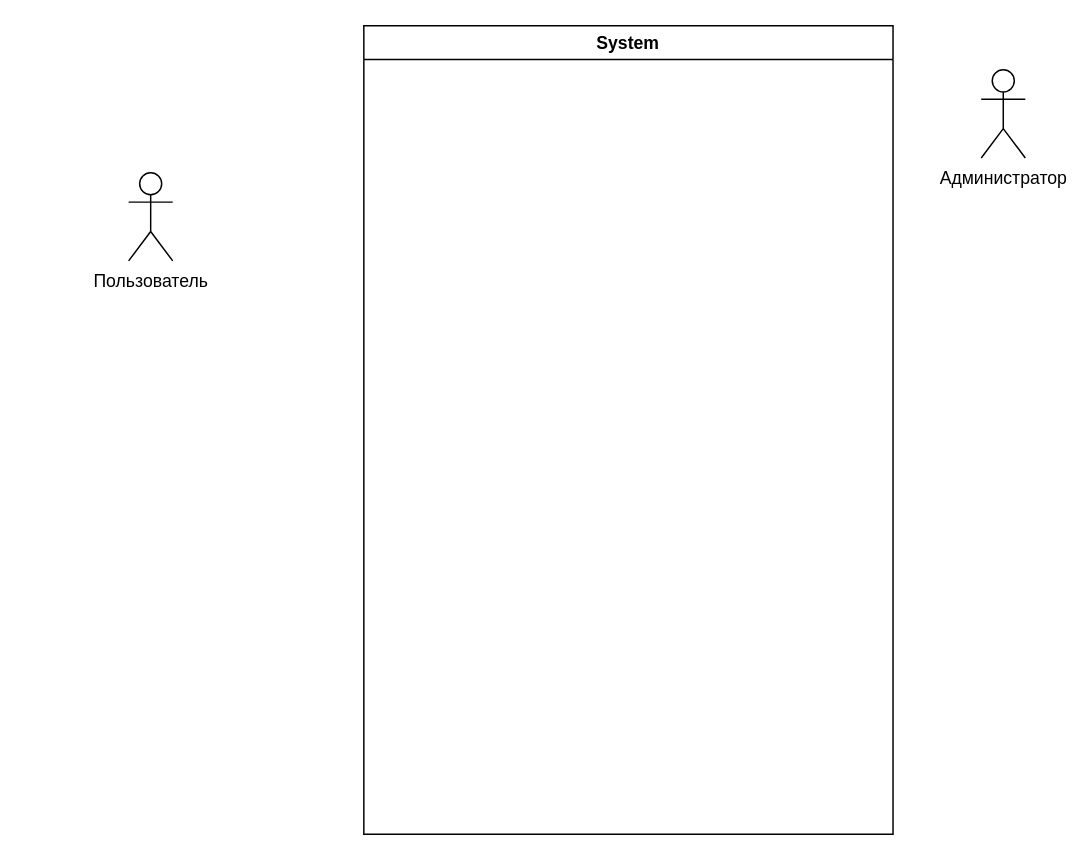
Earlier version of the draw.io diagram Use case.drawio (DTVibes/stepic). Source tidied: cells renumbered, new cells numbered last; positions are measured from the earlier drawing's top-left corner, leaving out a move shared by most shapes. Both pictures are drawn from the tidied source at 147%, with x=0, y=0 at pixel (128, 25).
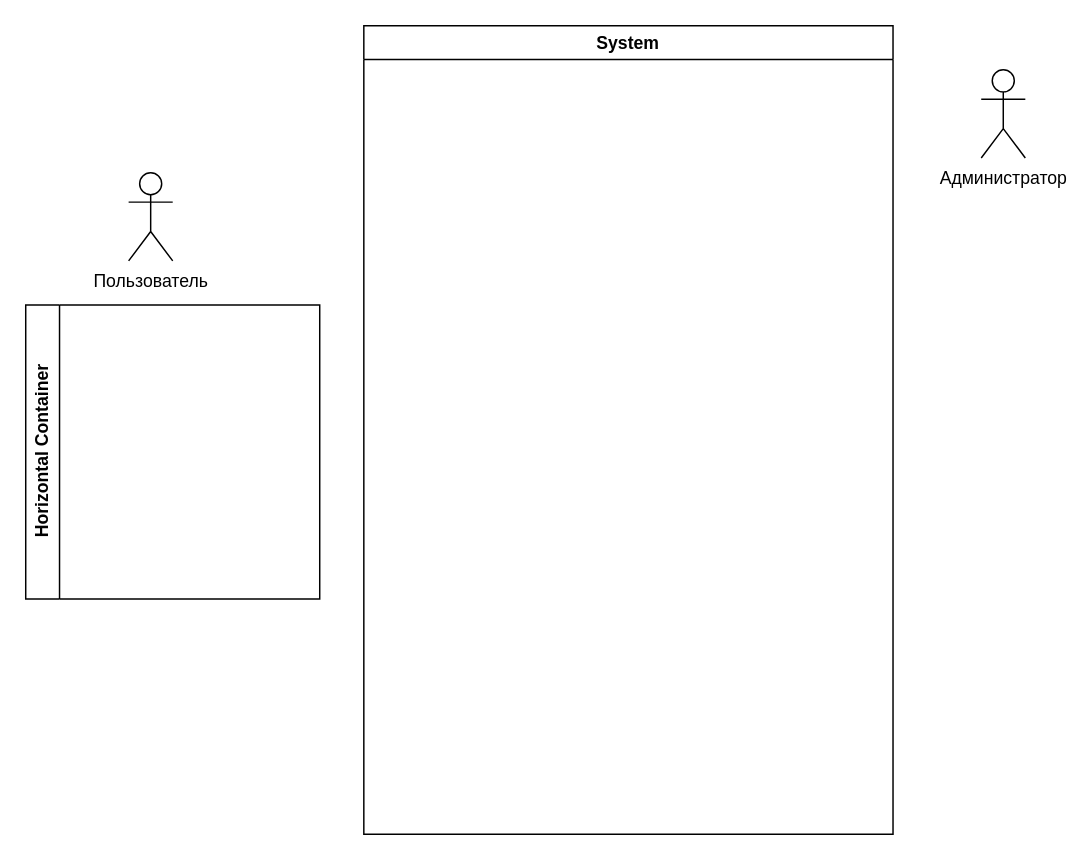
Above is the later version.

What changed in the source:
```diff
@@
 <mxGraphModel>
   <root>
     <mxCell id="0" />
     <mxCell id="1" parent="0" />
     <mxCell id="2" value="Пользователь" style="shape=umlActor;verticalLabelPosition=bottom;verticalAlign=top;html=1;" parent="1" vertex="1">
       <mxGeometry y="100" width="30" height="60" as="geometry" />
     </mxCell>
     <mxCell id="3" value="System" style="swimlane;whiteSpace=wrap;html=1;" parent="1" vertex="1">
       <mxGeometry x="160" width="360" height="550" as="geometry" />
     </mxCell>
     <mxCell id="4" value="Администратор" style="shape=umlActor;verticalLabelPosition=bottom;verticalAlign=top;html=1;" parent="1" vertex="1">
       <mxGeometry x="580" y="30" width="30" height="60" as="geometry" />
     </mxCell>
+    <mxCell id="5" value="Horizontal Container" style="swimlane;horizontal=0;whiteSpace=wrap;html=1;" parent="1" vertex="1">
+      <mxGeometry x="-70" y="190" width="200" height="200" as="geometry" />
+    </mxCell>
   </root>
 </mxGraphModel>
```
